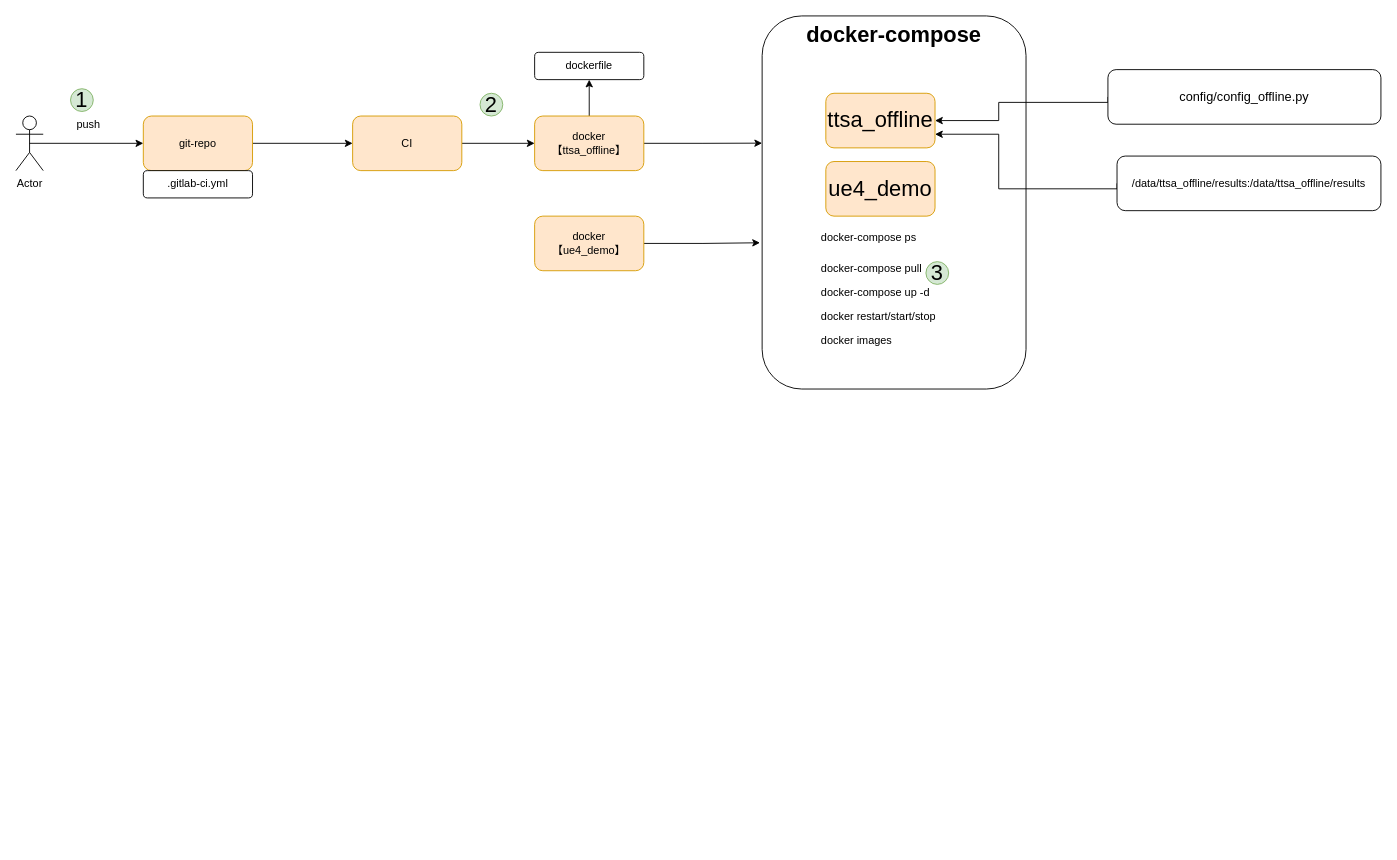
This is page "devops" (5 of 6) of assets/drawio/study.drawio from atanx/atanx.github.io, a draw.io file, before an edit. Source tidied: cells renumbered, new cells numbered last; positions are measured from the earlier drawing's top-left corner, leaving out a move shared by most shapes. Both pictures are drawn from the tidied source at 91%, with x=0, y=0 at pixel (15, 15).
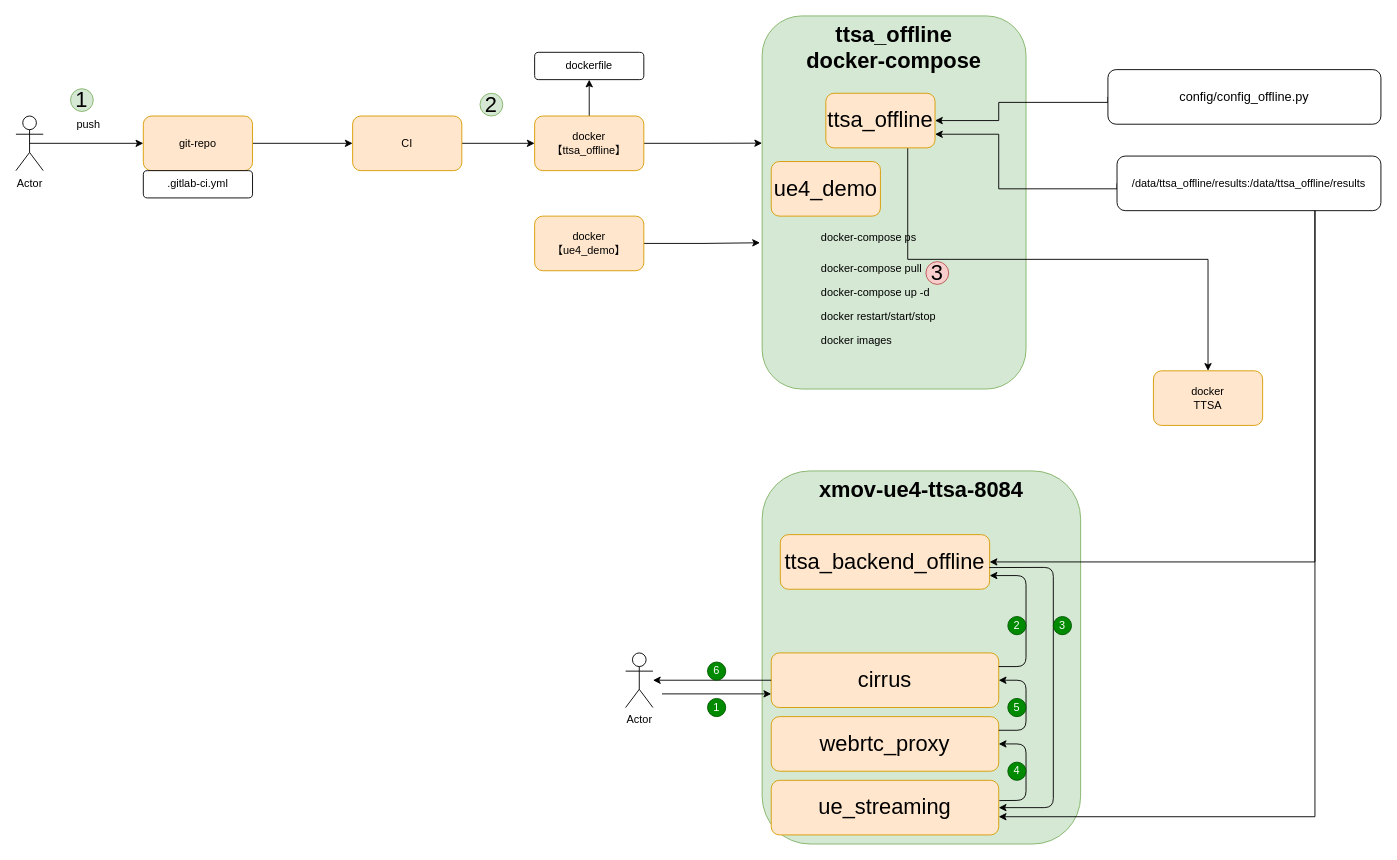
The same diagram, later.

The change refers to these unchanged cells:
```xml
<mxCell id="21" value="ttsa_offline" style="rounded=1;whiteSpace=wrap;html=1;fontSize=24;fillColor=#ffe6cc;strokeColor=#d79b00;" parent="1" vertex="1">
  <mxGeometry x="890" y="85" width="120" height="60" as="geometry" />
</mxCell>
<mxCell id="26" value="/data/ttsa_offline/results:/data/ttsa_offline/results" style="rounded=1;whiteSpace=wrap;html=1;fontSize=12;" parent="1" vertex="1">
  <mxGeometry x="1210" y="154" width="290" height="60" as="geometry" />
</mxCell>
```

The edit, as a diff of the source:
```diff
@@
-    <mxCell id="14" value="docker-compose" style="rounded=1;whiteSpace=wrap;html=1;horizontal=1;verticalAlign=top;fontSize=24;fontStyle=1;" parent="1" vertex="1">
+    <mxCell id="14" value="ttsa_offline&lt;br&gt;docker-compose" style="rounded=1;whiteSpace=wrap;html=1;horizontal=1;verticalAlign=top;fontSize=24;fontStyle=1;fillColor=#d5e8d4;strokeColor=#82b366;" parent="1" vertex="1">
       <mxGeometry x="820" width="290" height="410" as="geometry" />
     </mxCell>
@@
-    <mxCell id="20" value="3" style="ellipse;whiteSpace=wrap;html=1;fontSize=24;fillColor=#d5e8d4;strokeColor=#82b366;" parent="1" vertex="1">
+    <mxCell id="20" value="3" style="ellipse;whiteSpace=wrap;html=1;fontSize=24;fillColor=#f8cecc;strokeColor=#b85450;" parent="1" vertex="1">
       <mxGeometry x="1000" y="270" width="25" height="25" as="geometry" />
     </mxCell>
+    <mxCell id="27" style="edgeStyle=orthogonalEdgeStyle;rounded=0;jettySize=auto;html=1;exitX=0.75;exitY=1;exitDx=0;exitDy=0;entryX=0.5;entryY=0;entryDx=0;entryDy=0;fontSize=12;" parent="1" edge="1" source="21" target="28">
+      <mxGeometry relative="1" as="geometry" />
+    </mxCell>
@@
     <mxCell id="22" value="ue4_demo" style="rounded=1;whiteSpace=wrap;html=1;fontSize=24;fillColor=#ffe6cc;strokeColor=#d79b00;" parent="1" vertex="1">
-      <mxGeometry x="890" y="160" width="120" height="60" as="geometry" />
+      <mxGeometry x="830" y="160" width="120" height="60" as="geometry" />
     </mxCell>
@@
+    <mxCell id="28" value="docker&lt;br&gt;TTSA" style="rounded=1;whiteSpace=wrap;html=1;fillColor=#ffe6cc;strokeColor=#d79b00;" parent="1" vertex="1">
+      <mxGeometry x="1250" y="390" width="120" height="60" as="geometry" />
+    </mxCell>
+    <mxCell id="29" value="xmov-ue4-ttsa-8084" style="rounded=1;whiteSpace=wrap;html=1;horizontal=1;verticalAlign=top;fontSize=24;fontStyle=1;fillColor=#d5e8d4;strokeColor=#82b366;" parent="1" vertex="1">
+      <mxGeometry x="820" y="500" width="350" height="410" as="geometry" />
+    </mxCell>
+    <mxCell id="30" value="webrtc_proxy" style="rounded=1;whiteSpace=wrap;html=1;fontSize=24;fillColor=#ffe6cc;strokeColor=#d79b00;" parent="1" vertex="1">
+      <mxGeometry x="830" y="770" width="250" height="60" as="geometry" />
+    </mxCell>
+    <mxCell id="31" value="ttsa_backend_offline" style="rounded=1;whiteSpace=wrap;html=1;fontSize=24;fillColor=#ffe6cc;strokeColor=#d79b00;" parent="1" vertex="1">
+      <mxGeometry x="840" y="570" width="230" height="60" as="geometry" />
+    </mxCell>
+    <mxCell id="32" value="cirrus" style="rounded=1;whiteSpace=wrap;html=1;fontSize=24;fillColor=#ffe6cc;strokeColor=#d79b00;" parent="1" vertex="1">
+      <mxGeometry x="830" y="700" width="250" height="60" as="geometry" />
+    </mxCell>
+    <mxCell id="33" value="ue_streaming" style="rounded=1;whiteSpace=wrap;html=1;fontSize=24;fillColor=#ffe6cc;strokeColor=#d79b00;" parent="1" vertex="1">
+      <mxGeometry x="830" y="840" width="250" height="60" as="geometry" />
+    </mxCell>
+    <mxCell id="34" style="edgeStyle=orthogonalEdgeStyle;rounded=0;jettySize=auto;html=1;exitX=0.75;exitY=1;exitDx=0;exitDy=0;entryX=1;entryY=0.5;entryDx=0;entryDy=0;fontSize=12;" parent="1" edge="1" source="26" target="31">
+      <mxGeometry relative="1" as="geometry" />
+    </mxCell>
+    <mxCell id="35" style="edgeStyle=orthogonalEdgeStyle;rounded=0;jettySize=auto;html=1;exitX=0.75;exitY=1;exitDx=0;exitDy=0;fontSize=12;" parent="1" edge="1" source="26">
+      <mxGeometry relative="1" as="geometry">
+        <mxPoint x="1080" y="880" as="targetPoint" />
+        <Array as="points">
+          <mxPoint x="1427" y="880" />
+          <mxPoint x="1080" y="880" />
+        </Array>
+      </mxGeometry>
+    </mxCell>
+    <mxCell id="36" style="endArrow=classic;html=1;fontSize=12;exitX=1.003;exitY=0.371;exitDx=0;exitDy=0;exitPerimeter=0;entryX=1;entryY=0.5;entryDx=0;entryDy=0;" parent="1" edge="1" source="33" target="30">
+      <mxGeometry relative="1" as="geometry">
+        <Array as="points">
+          <mxPoint x="1110" y="862" />
+          <mxPoint x="1110" y="800" />
+        </Array>
+      </mxGeometry>
+    </mxCell>
+    <mxCell id="37" value="Actor" style="shape=umlActor;verticalLabelPosition=bottom;labelBackgroundColor=#ffffff;verticalAlign=top;html=1;outlineConnect=0;fontSize=12;" parent="1" vertex="1">
+      <mxGeometry x="670" y="700" width="30" height="60" as="geometry" />
+    </mxCell>
+    <mxCell id="38" style="endArrow=classic;html=1;fontSize=12;exitX=0;exitY=0.5;exitDx=0;exitDy=0;" parent="1" edge="1" source="32" target="37">
+      <mxGeometry relative="1" as="geometry" />
+    </mxCell>
+    <mxCell id="39" style="endArrow=classic;html=1;fontSize=12;exitX=1;exitY=0.25;exitDx=0;exitDy=0;entryX=1;entryY=0.5;entryDx=0;entryDy=0;" parent="1" edge="1" source="30" target="32">
+      <mxGeometry relative="1" as="geometry">
+        <Array as="points">
+          <mxPoint x="1110" y="785" />
+          <mxPoint x="1110" y="730" />
+        </Array>
+      </mxGeometry>
+    </mxCell>
+    <mxCell id="40" style="endArrow=classic;html=1;fontSize=12;exitX=1;exitY=0.25;exitDx=0;exitDy=0;entryX=1;entryY=0.75;entryDx=0;entryDy=0;" parent="1" edge="1" source="32" target="31">
+      <mxGeometry relative="1" as="geometry">
+        <Array as="points">
+          <mxPoint x="1110" y="715" />
+          <mxPoint x="1110" y="615" />
+        </Array>
+      </mxGeometry>
+    </mxCell>
+    <mxCell id="41" style="endArrow=classic;html=1;fontSize=12;entryX=0;entryY=0.75;entryDx=0;entryDy=0;" parent="1" edge="1" target="32">
+      <mxGeometry relative="1" as="geometry">
+        <mxPoint x="710" y="745" as="sourcePoint" />
+      </mxGeometry>
+    </mxCell>
+    <mxCell id="42" value="1" style="ellipse;whiteSpace=wrap;html=1;fontSize=12;fillColor=#008a00;strokeColor=#005700;fontColor=#ffffff;" parent="1" vertex="1">
+      <mxGeometry x="760" y="750" width="20" height="20" as="geometry" />
+    </mxCell>
+    <mxCell id="43" value="2" style="ellipse;whiteSpace=wrap;html=1;fontSize=12;fillColor=#008a00;strokeColor=#005700;fontColor=#ffffff;" parent="1" vertex="1">
+      <mxGeometry x="1090" y="660" width="20" height="20" as="geometry" />
+    </mxCell>
+    <mxCell id="44" style="endArrow=classic;html=1;fontSize=12;exitX=0.998;exitY=0.603;exitDx=0;exitDy=0;entryX=1;entryY=0.5;entryDx=0;entryDy=0;exitPerimeter=0;" parent="1" edge="1" source="31" target="33">
+      <mxGeometry relative="1" as="geometry">
+        <Array as="points">
+          <mxPoint x="1140" y="606" />
+          <mxPoint x="1140" y="870" />
+        </Array>
+      </mxGeometry>
+    </mxCell>
+    <mxCell id="45" value="3" style="ellipse;whiteSpace=wrap;html=1;fontSize=12;fillColor=#008a00;strokeColor=#005700;fontColor=#ffffff;" parent="1" vertex="1">
+      <mxGeometry x="1140" y="660" width="20" height="20" as="geometry" />
+    </mxCell>
+    <mxCell id="46" value="4" style="ellipse;whiteSpace=wrap;html=1;fontSize=12;fillColor=#008a00;strokeColor=#005700;fontColor=#ffffff;" parent="1" vertex="1">
+      <mxGeometry x="1090" y="820" width="20" height="20" as="geometry" />
+    </mxCell>
+    <mxCell id="47" value="5" style="ellipse;whiteSpace=wrap;html=1;fontSize=12;fillColor=#008a00;strokeColor=#005700;fontColor=#ffffff;" parent="1" vertex="1">
+      <mxGeometry x="1090" y="750" width="20" height="20" as="geometry" />
+    </mxCell>
+    <mxCell id="48" value="6" style="ellipse;whiteSpace=wrap;html=1;fontSize=12;fillColor=#008a00;strokeColor=#005700;fontColor=#ffffff;" parent="1" vertex="1">
+      <mxGeometry x="760" y="710" width="20" height="20" as="geometry" />
+    </mxCell>
```
